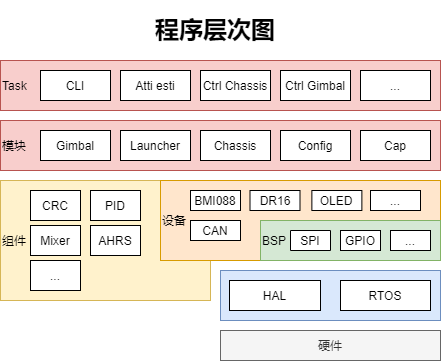
Above: doc/image/嵌入式程序层次图.png in xrobot-org/XRobot (draw.io), before the change. Source tidied: cells renumbered, new cells last; positions are measured from the earlier drawing's top-left corner, leaving out a move shared by most shapes. Source of this version:
```xml
<mxGraphModel>
  <root>
    <mxCell id="0" />
    <mxCell id="1" parent="0" />
    <mxCell id="2" value="组件" style="rounded=0;whiteSpace=wrap;html=1;fillColor=#fff2cc;strokeColor=#d6b656;align=left;" parent="1" vertex="1">
      <mxGeometry y="170" width="210" height="120" as="geometry" />
    </mxCell>
    <mxCell id="3" value="设备" style="rounded=0;whiteSpace=wrap;html=1;align=left;fillColor=#ffe6cc;strokeColor=#d79b00;" parent="1" vertex="1">
      <mxGeometry x="160" y="170" width="280" height="80" as="geometry" />
    </mxCell>
    <mxCell id="4" value="模块" style="rounded=0;whiteSpace=wrap;html=1;fillColor=#f8cecc;strokeColor=#b85450;align=left;" parent="1" vertex="1">
      <mxGeometry y="110" width="440" height="50" as="geometry" />
    </mxCell>
    <mxCell id="5" value="&lt;h1&gt;程序层次图&lt;/h1&gt;&lt;p&gt;&lt;br&gt;&lt;/p&gt;" style="text;html=1;strokeColor=none;fillColor=none;spacing=5;spacingTop=-20;whiteSpace=wrap;overflow=hidden;rounded=0;align=center;" parent="1" vertex="1">
      <mxGeometry x="120" width="190" height="40" as="geometry" />
    </mxCell>
    <mxCell id="6" style="rounded=0;whiteSpace=wrap;html=1;fillColor=#dae8fc;strokeColor=#6c8ebf;align=left;" parent="1" vertex="1">
      <mxGeometry x="220" y="260" width="220" height="50" as="geometry" />
    </mxCell>
    <mxCell id="7" value="RTOS" style="rounded=0;whiteSpace=wrap;html=1;" parent="1" vertex="1">
      <mxGeometry x="340" y="270" width="90" height="30" as="geometry" />
    </mxCell>
    <mxCell id="8" value="HAL" style="rounded=0;whiteSpace=wrap;html=1;" parent="1" vertex="1">
      <mxGeometry x="229" y="270" width="91" height="30" as="geometry" />
    </mxCell>
    <mxCell id="9" value="BSP" style="rounded=0;whiteSpace=wrap;html=1;align=left;fillColor=#d5e8d4;strokeColor=#82b366;" parent="1" vertex="1">
      <mxGeometry x="260" y="210" width="180" height="40" as="geometry" />
    </mxCell>
    <mxCell id="10" value="SPI" style="rounded=0;whiteSpace=wrap;html=1;direction=south;" parent="1" vertex="1">
      <mxGeometry x="290" y="220" width="40" height="20" as="geometry" />
    </mxCell>
    <mxCell id="11" value="GPIO" style="rounded=0;whiteSpace=wrap;html=1;" parent="1" vertex="1">
      <mxGeometry x="340" y="220" width="40" height="20" as="geometry" />
    </mxCell>
    <mxCell id="12" value="PID" style="rounded=0;whiteSpace=wrap;html=1;" parent="1" vertex="1">
      <mxGeometry x="90" y="180" width="50" height="30" as="geometry" />
    </mxCell>
    <mxCell id="13" value="CRC" style="rounded=0;whiteSpace=wrap;html=1;" parent="1" vertex="1">
      <mxGeometry x="30" y="180" width="50" height="30" as="geometry" />
    </mxCell>
    <mxCell id="14" value="Mixer" style="rounded=0;whiteSpace=wrap;html=1;" parent="1" vertex="1">
      <mxGeometry x="30" y="215" width="50" height="30" as="geometry" />
    </mxCell>
    <mxCell id="15" value="硬件" style="rounded=0;whiteSpace=wrap;html=1;fillColor=#f5f5f5;strokeColor=#666666;fontColor=#333333;" parent="1" vertex="1">
      <mxGeometry x="220" y="320" width="220" height="30" as="geometry" />
    </mxCell>
    <mxCell id="16" value="BMI088" style="rounded=0;whiteSpace=wrap;html=1;" parent="1" vertex="1">
      <mxGeometry x="190" y="180" width="50" height="20" as="geometry" />
    </mxCell>
    <mxCell id="17" value="DR16" style="rounded=0;whiteSpace=wrap;html=1;" parent="1" vertex="1">
      <mxGeometry x="249.5" y="180" width="50" height="20" as="geometry" />
    </mxCell>
    <mxCell id="18" value="OLED" style="rounded=0;whiteSpace=wrap;html=1;" parent="1" vertex="1">
      <mxGeometry x="311.4" y="180" width="50" height="20" as="geometry" />
    </mxCell>
    <mxCell id="19" value="AHRS" style="rounded=0;whiteSpace=wrap;html=1;" parent="1" vertex="1">
      <mxGeometry x="90" y="215" width="50" height="30" as="geometry" />
    </mxCell>
    <mxCell id="20" value="Launcher" style="rounded=0;whiteSpace=wrap;html=1;" parent="1" vertex="1">
      <mxGeometry x="120" y="120" width="70" height="30" as="geometry" />
    </mxCell>
    <mxCell id="21" value="Gimbal" style="rounded=0;whiteSpace=wrap;html=1;" parent="1" vertex="1">
      <mxGeometry x="40" y="120" width="70" height="30" as="geometry" />
    </mxCell>
    <mxCell id="22" value="Chassis" style="rounded=0;whiteSpace=wrap;html=1;" parent="1" vertex="1">
      <mxGeometry x="200" y="120" width="70" height="30" as="geometry" />
    </mxCell>
    <mxCell id="23" value="Task" style="rounded=0;whiteSpace=wrap;html=1;fillColor=#f8cecc;strokeColor=#b85450;align=left;" parent="1" vertex="1">
      <mxGeometry y="50" width="440" height="50" as="geometry" />
    </mxCell>
    <mxCell id="24" value="Atti esti" style="rounded=0;whiteSpace=wrap;html=1;" parent="1" vertex="1">
      <mxGeometry x="120" y="60" width="70" height="30" as="geometry" />
    </mxCell>
    <mxCell id="25" value="CLI" style="rounded=0;whiteSpace=wrap;html=1;" parent="1" vertex="1">
      <mxGeometry x="40" y="60" width="70" height="30" as="geometry" />
    </mxCell>
    <mxCell id="26" value="Ctrl Chassis" style="rounded=0;whiteSpace=wrap;html=1;" parent="1" vertex="1">
      <mxGeometry x="200" y="60" width="70" height="30" as="geometry" />
    </mxCell>
    <mxCell id="27" value="Ctrl Gimbal" style="rounded=0;whiteSpace=wrap;html=1;" parent="1" vertex="1">
      <mxGeometry x="280" y="60" width="70" height="30" as="geometry" />
    </mxCell>
    <mxCell id="28" value="..." style="rounded=0;whiteSpace=wrap;html=1;" parent="1" vertex="1">
      <mxGeometry x="360" y="60" width="70" height="30" as="geometry" />
    </mxCell>
    <mxCell id="29" value="Config" style="rounded=0;whiteSpace=wrap;html=1;" parent="1" vertex="1">
      <mxGeometry x="280" y="120" width="70" height="30" as="geometry" />
    </mxCell>
    <mxCell id="30" value="..." style="rounded=0;whiteSpace=wrap;html=1;" parent="1" vertex="1">
      <mxGeometry x="390" y="220" width="40" height="20" as="geometry" />
    </mxCell>
    <mxCell id="31" value="..." style="rounded=0;whiteSpace=wrap;html=1;" parent="1" vertex="1">
      <mxGeometry x="370" y="180" width="50" height="20" as="geometry" />
    </mxCell>
    <mxCell id="32" value="..." style="rounded=0;whiteSpace=wrap;html=1;" parent="1" vertex="1">
      <mxGeometry x="30" y="250" width="50" height="30" as="geometry" />
    </mxCell>
    <mxCell id="33" value="Cap" style="rounded=0;whiteSpace=wrap;html=1;" parent="1" vertex="1">
      <mxGeometry x="360" y="120" width="70" height="30" as="geometry" />
    </mxCell>
    <mxCell id="34" value="CAN" style="rounded=0;whiteSpace=wrap;html=1;" parent="1" vertex="1">
      <mxGeometry x="190" y="210" width="50" height="20" as="geometry" />
    </mxCell>
  </root>
</mxGraphModel>
```
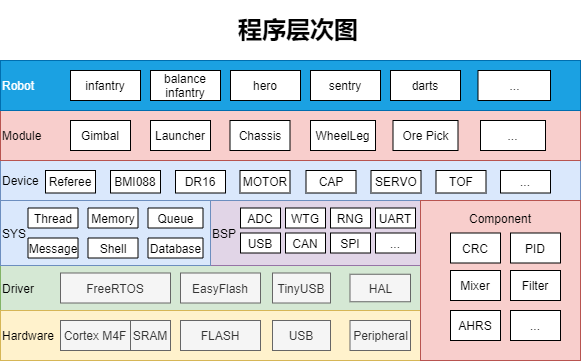
Above is the later version.

The edit, as a diff of the source:
```diff
@@ -2,104 +2,182 @@
   <root>
     <mxCell id="0" />
     <mxCell id="1" parent="0" />
+    <mxCell id="35" value="Driver" style="rounded=0;whiteSpace=wrap;html=1;fillColor=#d5e8d4;strokeColor=#82b366;align=left;" parent="1" vertex="1">
+      <mxGeometry x="-130" y="175" width="420" height="45" as="geometry" />
+    </mxCell>
+    <mxCell id="9" value="BSP" style="rounded=0;whiteSpace=wrap;html=1;fillColor=#e1d5e7;strokeColor=#9673a6;align=left;" parent="1" vertex="1">
+      <mxGeometry x="80" y="110" width="210" height="65" as="geometry" />
+    </mxCell>
+    <mxCell id="36" value="Hardware" style="rounded=0;whiteSpace=wrap;html=1;fillColor=#fff2cc;strokeColor=#d6b656;align=left;" parent="1" vertex="1">
+      <mxGeometry x="-130" y="220" width="420" height="50" as="geometry" />
+    </mxCell>
+    <mxCell id="37" value="Device" style="rounded=0;whiteSpace=wrap;html=1;align=left;fillColor=#dae8fc;strokeColor=#6c8ebf;" parent="1" vertex="1">
+      <mxGeometry x="-130" y="70" width="580" height="40" as="geometry" />
+    </mxCell>
-    <mxCell id="2" value="组件" style="rounded=0;whiteSpace=wrap;html=1;fillColor=#fff2cc;strokeColor=#d6b656;align=left;" parent="1" vertex="1">
-      <mxGeometry y="170" width="210" height="120" as="geometry" />
+    <mxCell id="2" style="rounded=0;whiteSpace=wrap;html=1;fillColor=#f8cecc;strokeColor=#b85450;align=center;horizontal=1;labelPosition=center;verticalLabelPosition=bottom;verticalAlign=top;" parent="1" vertex="1">
+      <mxGeometry x="290" y="110" width="160" height="160" as="geometry" />
     </mxCell>
-    <mxCell id="3" value="设备" style="rounded=0;whiteSpace=wrap;html=1;align=left;fillColor=#ffe6cc;strokeColor=#d79b00;" parent="1" vertex="1">
-      <mxGeometry x="160" y="170" width="280" height="80" as="geometry" />
-    </mxCell>
-    <mxCell id="4" value="模块" style="rounded=0;whiteSpace=wrap;html=1;fillColor=#f8cecc;strokeColor=#b85450;align=left;" parent="1" vertex="1">
-      <mxGeometry y="110" width="440" height="50" as="geometry" />
+    <mxCell id="4" value="Module" style="rounded=0;whiteSpace=wrap;html=1;fillColor=#f8cecc;strokeColor=#b85450;align=left;" parent="1" vertex="1">
+      <mxGeometry x="-130" y="20" width="580" height="50" as="geometry" />
     </mxCell>
     <mxCell id="5" value="&lt;h1&gt;程序层次图&lt;/h1&gt;&lt;p&gt;&lt;br&gt;&lt;/p&gt;" style="text;html=1;strokeColor=none;fillColor=none;spacing=5;spacingTop=-20;whiteSpace=wrap;overflow=hidden;rounded=0;align=center;" parent="1" vertex="1">
-      <mxGeometry x="120" width="190" height="40" as="geometry" />
+      <mxGeometry x="72.5" y="-80" width="190" height="40" as="geometry" />
     </mxCell>
-    <mxCell id="6" style="rounded=0;whiteSpace=wrap;html=1;fillColor=#dae8fc;strokeColor=#6c8ebf;align=left;" parent="1" vertex="1">
-      <mxGeometry x="220" y="260" width="220" height="50" as="geometry" />
-    </mxCell>
-    <mxCell id="7" value="RTOS" style="rounded=0;whiteSpace=wrap;html=1;" parent="1" vertex="1">
-      <mxGeometry x="340" y="270" width="90" height="30" as="geometry" />
-    </mxCell>
-    <mxCell id="8" value="HAL" style="rounded=0;whiteSpace=wrap;html=1;" parent="1" vertex="1">
-      <mxGeometry x="229" y="270" width="91" height="30" as="geometry" />
-    </mxCell>
-    <mxCell id="9" value="BSP" style="rounded=0;whiteSpace=wrap;html=1;align=left;fillColor=#d5e8d4;strokeColor=#82b366;" parent="1" vertex="1">
-      <mxGeometry x="260" y="210" width="180" height="40" as="geometry" />
-    </mxCell>
-    <mxCell id="10" value="SPI" style="rounded=0;whiteSpace=wrap;html=1;direction=south;" parent="1" vertex="1">
-      <mxGeometry x="290" y="220" width="40" height="20" as="geometry" />
+    <mxCell id="10" value="ADC" style="rounded=0;whiteSpace=wrap;html=1;direction=south;" parent="1" vertex="1">
+      <mxGeometry x="110" y="117.5" width="40" height="20" as="geometry" />
     </mxCell>
-    <mxCell id="11" value="GPIO" style="rounded=0;whiteSpace=wrap;html=1;" parent="1" vertex="1">
-      <mxGeometry x="340" y="220" width="40" height="20" as="geometry" />
+    <mxCell id="11" value="WTG" style="rounded=0;whiteSpace=wrap;html=1;" parent="1" vertex="1">
+      <mxGeometry x="155" y="117.5" width="40" height="20" as="geometry" />
     </mxCell>
     <mxCell id="12" value="PID" style="rounded=0;whiteSpace=wrap;html=1;" parent="1" vertex="1">
-      <mxGeometry x="90" y="180" width="50" height="30" as="geometry" />
+      <mxGeometry x="380" y="142.5" width="50" height="30" as="geometry" />
     </mxCell>
     <mxCell id="13" value="CRC" style="rounded=0;whiteSpace=wrap;html=1;" parent="1" vertex="1">
-      <mxGeometry x="30" y="180" width="50" height="30" as="geometry" />
+      <mxGeometry x="320" y="142.5" width="50" height="30" as="geometry" />
     </mxCell>
     <mxCell id="14" value="Mixer" style="rounded=0;whiteSpace=wrap;html=1;" parent="1" vertex="1">
-      <mxGeometry x="30" y="215" width="50" height="30" as="geometry" />
+      <mxGeometry x="320" y="180" width="50" height="30" as="geometry" />
     </mxCell>
-    <mxCell id="15" value="硬件" style="rounded=0;whiteSpace=wrap;html=1;fillColor=#f5f5f5;strokeColor=#666666;fontColor=#333333;" parent="1" vertex="1">
-      <mxGeometry x="220" y="320" width="220" height="30" as="geometry" />
-    </mxCell>
     <mxCell id="16" value="BMI088" style="rounded=0;whiteSpace=wrap;html=1;" parent="1" vertex="1">
-      <mxGeometry x="190" y="180" width="50" height="20" as="geometry" />
+      <mxGeometry x="-20" y="80" width="50" height="22.5" as="geometry" />
     </mxCell>
     <mxCell id="17" value="DR16" style="rounded=0;whiteSpace=wrap;html=1;" parent="1" vertex="1">
-      <mxGeometry x="249.5" y="180" width="50" height="20" as="geometry" />
+      <mxGeometry x="45" y="80" width="50" height="22.5" as="geometry" />
     </mxCell>
-    <mxCell id="18" value="OLED" style="rounded=0;whiteSpace=wrap;html=1;" parent="1" vertex="1">
-      <mxGeometry x="311.4" y="180" width="50" height="20" as="geometry" />
+    <mxCell id="18" value="MOTOR" style="rounded=0;whiteSpace=wrap;html=1;" parent="1" vertex="1">
+      <mxGeometry x="109.5" y="80" width="50" height="22.5" as="geometry" />
     </mxCell>
     <mxCell id="19" value="AHRS" style="rounded=0;whiteSpace=wrap;html=1;" parent="1" vertex="1">
-      <mxGeometry x="90" y="215" width="50" height="30" as="geometry" />
+      <mxGeometry x="320" y="220" width="50" height="30" as="geometry" />
     </mxCell>
     <mxCell id="20" value="Launcher" style="rounded=0;whiteSpace=wrap;html=1;" parent="1" vertex="1">
-      <mxGeometry x="120" y="120" width="70" height="30" as="geometry" />
+      <mxGeometry x="20" y="30" width="60" height="30" as="geometry" />
     </mxCell>
     <mxCell id="21" value="Gimbal" style="rounded=0;whiteSpace=wrap;html=1;" parent="1" vertex="1">
-      <mxGeometry x="40" y="120" width="70" height="30" as="geometry" />
+      <mxGeometry x="-60" y="30" width="60" height="30" as="geometry" />
     </mxCell>
     <mxCell id="22" value="Chassis" style="rounded=0;whiteSpace=wrap;html=1;" parent="1" vertex="1">
-      <mxGeometry x="200" y="120" width="70" height="30" as="geometry" />
+      <mxGeometry x="99.5" y="30" width="60" height="30" as="geometry" />
     </mxCell>
-    <mxCell id="23" value="Task" style="rounded=0;whiteSpace=wrap;html=1;fillColor=#f8cecc;strokeColor=#b85450;align=left;" parent="1" vertex="1">
-      <mxGeometry y="50" width="440" height="50" as="geometry" />
+    <mxCell id="23" value="Robot" style="rounded=0;whiteSpace=wrap;html=1;fillColor=#1ba1e2;strokeColor=#006EAF;align=left;fontColor=#ffffff;" parent="1" vertex="1">
+      <mxGeometry x="-130" y="-30" width="580" height="50" as="geometry" />
     </mxCell>
-    <mxCell id="24" value="Atti esti" style="rounded=0;whiteSpace=wrap;html=1;" parent="1" vertex="1">
-      <mxGeometry x="120" y="60" width="70" height="30" as="geometry" />
+    <mxCell id="24" value="balance&lt;br&gt;infantry" style="rounded=0;whiteSpace=wrap;html=1;" parent="1" vertex="1">
+      <mxGeometry x="20" y="-20" width="70" height="30" as="geometry" />
     </mxCell>
-    <mxCell id="25" value="CLI" style="rounded=0;whiteSpace=wrap;html=1;" parent="1" vertex="1">
-      <mxGeometry x="40" y="60" width="70" height="30" as="geometry" />
+    <mxCell id="25" value="infantry" style="rounded=0;whiteSpace=wrap;html=1;" parent="1" vertex="1">
+      <mxGeometry x="-60" y="-20" width="70" height="30" as="geometry" />
     </mxCell>
-    <mxCell id="26" value="Ctrl Chassis" style="rounded=0;whiteSpace=wrap;html=1;" parent="1" vertex="1">
-      <mxGeometry x="200" y="60" width="70" height="30" as="geometry" />
+    <mxCell id="26" value="hero" style="rounded=0;whiteSpace=wrap;html=1;" parent="1" vertex="1">
+      <mxGeometry x="100" y="-20" width="70" height="30" as="geometry" />
     </mxCell>
-    <mxCell id="27" value="Ctrl Gimbal" style="rounded=0;whiteSpace=wrap;html=1;" parent="1" vertex="1">
-      <mxGeometry x="280" y="60" width="70" height="30" as="geometry" />
+    <mxCell id="27" value="sentry" style="rounded=0;whiteSpace=wrap;html=1;" parent="1" vertex="1">
+      <mxGeometry x="180" y="-20" width="70" height="30" as="geometry" />
     </mxCell>
-    <mxCell id="28" value="..." style="rounded=0;whiteSpace=wrap;html=1;" parent="1" vertex="1">
-      <mxGeometry x="360" y="60" width="70" height="30" as="geometry" />
+    <mxCell id="28" value="darts" style="rounded=0;whiteSpace=wrap;html=1;" parent="1" vertex="1">
+      <mxGeometry x="260" y="-20" width="70" height="30" as="geometry" />
     </mxCell>
-    <mxCell id="29" value="Config" style="rounded=0;whiteSpace=wrap;html=1;" parent="1" vertex="1">
-      <mxGeometry x="280" y="120" width="70" height="30" as="geometry" />
+    <mxCell id="29" value="WheelLeg" style="rounded=0;whiteSpace=wrap;html=1;" parent="1" vertex="1">
+      <mxGeometry x="180" y="30" width="65" height="30" as="geometry" />
     </mxCell>
-    <mxCell id="30" value="..." style="rounded=0;whiteSpace=wrap;html=1;" parent="1" vertex="1">
-      <mxGeometry x="390" y="220" width="40" height="20" as="geometry" />
+    <mxCell id="30" value="UART" style="rounded=0;whiteSpace=wrap;html=1;" parent="1" vertex="1">
+      <mxGeometry x="245" y="117.5" width="40" height="20" as="geometry" />
     </mxCell>
-    <mxCell id="31" value="..." style="rounded=0;whiteSpace=wrap;html=1;" parent="1" vertex="1">
-      <mxGeometry x="370" y="180" width="50" height="20" as="geometry" />
-    </mxCell>
     <mxCell id="32" value="..." style="rounded=0;whiteSpace=wrap;html=1;" parent="1" vertex="1">
-      <mxGeometry x="30" y="250" width="50" height="30" as="geometry" />
+      <mxGeometry x="380" y="220" width="50" height="30" as="geometry" />
     </mxCell>
-    <mxCell id="33" value="Cap" style="rounded=0;whiteSpace=wrap;html=1;" parent="1" vertex="1">
-      <mxGeometry x="360" y="120" width="70" height="30" as="geometry" />
-    </mxCell>
-    <mxCell id="34" value="CAN" style="rounded=0;whiteSpace=wrap;html=1;" parent="1" vertex="1">
-      <mxGeometry x="190" y="210" width="50" height="20" as="geometry" />
+    <mxCell id="34" value="Referee" style="rounded=0;whiteSpace=wrap;html=1;" parent="1" vertex="1">
+      <mxGeometry x="-85" y="80" width="50" height="22.5" as="geometry" />
     </mxCell>
+    <mxCell id="38" value="Filter" style="rounded=0;whiteSpace=wrap;html=1;" parent="1" vertex="1">
+      <mxGeometry x="380" y="180" width="50" height="30" as="geometry" />
+    </mxCell>
+    <mxCell id="39" value="..." style="rounded=0;whiteSpace=wrap;html=1;" parent="1" vertex="1">
+      <mxGeometry x="350" y="30" width="65" height="30" as="geometry" />
+    </mxCell>
+    <mxCell id="40" value="RNG" style="rounded=0;whiteSpace=wrap;html=1;" parent="1" vertex="1">
+      <mxGeometry x="200" y="117.5" width="40" height="20" as="geometry" />
+    </mxCell>
+    <mxCell id="41" value="Cortex M4F" style="rounded=0;whiteSpace=wrap;html=1;fillColor=#f5f5f5;strokeColor=#666666;fontColor=#333333;" parent="1" vertex="1">
+      <mxGeometry x="-70" y="230" width="70" height="30" as="geometry" />
+    </mxCell>
+    <mxCell id="42" value="SRAM" style="rounded=0;whiteSpace=wrap;html=1;fillColor=#f5f5f5;strokeColor=#666666;fontColor=#333333;" parent="1" vertex="1">
+      <mxGeometry y="230" width="40" height="30" as="geometry" />
+    </mxCell>
+    <mxCell id="43" value="FLASH" style="rounded=0;whiteSpace=wrap;html=1;fillColor=#f5f5f5;strokeColor=#666666;fontColor=#333333;" parent="1" vertex="1">
+      <mxGeometry x="50" y="230" width="80" height="30" as="geometry" />
+    </mxCell>
+    <mxCell id="44" value="USB" style="rounded=0;whiteSpace=wrap;html=1;fillColor=#f5f5f5;strokeColor=#666666;fontColor=#333333;" parent="1" vertex="1">
+      <mxGeometry x="142" y="230" width="58" height="30" as="geometry" />
+    </mxCell>
+    <mxCell id="45" value="Peripheral" style="rounded=0;whiteSpace=wrap;html=1;fillColor=#f5f5f5;strokeColor=#666666;fontColor=#333333;" parent="1" vertex="1">
+      <mxGeometry x="219.5" y="230" width="60.5" height="30" as="geometry" />
+    </mxCell>
+    <mxCell id="46" value="EasyFlash" style="rounded=0;whiteSpace=wrap;html=1;fillColor=#f5f5f5;strokeColor=#666666;fontColor=#333333;" parent="1" vertex="1">
+      <mxGeometry x="50" y="182.5" width="80" height="30" as="geometry" />
+    </mxCell>
+    <mxCell id="47" value="FreeRTOS" style="rounded=0;whiteSpace=wrap;html=1;fillColor=#f5f5f5;strokeColor=#666666;fontColor=#333333;" parent="1" vertex="1">
+      <mxGeometry x="-70" y="182.5" width="110" height="30" as="geometry" />
+    </mxCell>
+    <mxCell id="48" value="TinyUSB" style="rounded=0;whiteSpace=wrap;html=1;fillColor=#f5f5f5;strokeColor=#666666;fontColor=#333333;" parent="1" vertex="1">
+      <mxGeometry x="142" y="182.5" width="58" height="30" as="geometry" />
+    </mxCell>
+    <mxCell id="8" value="HAL" style="rounded=0;whiteSpace=wrap;html=1;fillColor=#f5f5f5;strokeColor=#666666;fontColor=#333333;" parent="1" vertex="1">
+      <mxGeometry x="219.5" y="183.8" width="60.5" height="27.5" as="geometry" />
+    </mxCell>
+    <mxCell id="49" value="USB" style="rounded=0;whiteSpace=wrap;html=1;direction=south;" parent="1" vertex="1">
+      <mxGeometry x="110" y="142.5" width="40" height="20" as="geometry" />
+    </mxCell>
+    <mxCell id="50" value="CAN" style="rounded=0;whiteSpace=wrap;html=1;" parent="1" vertex="1">
+      <mxGeometry x="155" y="142.5" width="40" height="20" as="geometry" />
+    </mxCell>
+    <mxCell id="51" value="..." style="rounded=0;whiteSpace=wrap;html=1;" parent="1" vertex="1">
+      <mxGeometry x="245" y="142.5" width="40" height="20" as="geometry" />
+    </mxCell>
+    <mxCell id="52" value="SPI" style="rounded=0;whiteSpace=wrap;html=1;" parent="1" vertex="1">
+      <mxGeometry x="200" y="142.5" width="40" height="20" as="geometry" />
+    </mxCell>
+    <mxCell id="53" value="SYS" style="rounded=0;whiteSpace=wrap;html=1;fillColor=#dae8fc;strokeColor=#6c8ebf;align=left;" parent="1" vertex="1">
+      <mxGeometry x="-130" y="110" width="210" height="65" as="geometry" />
+    </mxCell>
+    <mxCell id="54" value="Thread" style="rounded=0;whiteSpace=wrap;html=1;direction=south;" parent="1" vertex="1">
+      <mxGeometry x="-102.5" y="117.5" width="50" height="20" as="geometry" />
+    </mxCell>
+    <mxCell id="55" value="Memory" style="rounded=0;whiteSpace=wrap;html=1;direction=south;" parent="1" vertex="1">
+      <mxGeometry x="-42.5" y="117.5" width="50" height="20" as="geometry" />
+    </mxCell>
+    <mxCell id="56" value="Queue" style="rounded=0;whiteSpace=wrap;html=1;direction=south;" parent="1" vertex="1">
+      <mxGeometry x="17.5" y="117.5" width="55" height="20" as="geometry" />
+    </mxCell>
+    <mxCell id="57" value="Message" style="rounded=0;whiteSpace=wrap;html=1;direction=south;" parent="1" vertex="1">
+      <mxGeometry x="-102.5" y="147.5" width="50" height="20" as="geometry" />
+    </mxCell>
+    <mxCell id="58" value="Shell" style="rounded=0;whiteSpace=wrap;html=1;direction=south;" parent="1" vertex="1">
+      <mxGeometry x="-42.5" y="147.5" width="50" height="20" as="geometry" />
+    </mxCell>
+    <mxCell id="59" value="Database" style="rounded=0;whiteSpace=wrap;html=1;direction=south;" parent="1" vertex="1">
+      <mxGeometry x="17.5" y="147.5" width="55" height="20" as="geometry" />
+    </mxCell>
+    <mxCell id="60" value="Component" style="text;html=1;strokeColor=none;fillColor=none;align=center;verticalAlign=middle;whiteSpace=wrap;rounded=0;" parent="1" vertex="1">
+      <mxGeometry x="350" y="117.5" width="40" height="20" as="geometry" />
+    </mxCell>
+    <mxCell id="61" value="SERVO" style="rounded=0;whiteSpace=wrap;html=1;" parent="1" vertex="1">
+      <mxGeometry x="240.5" y="80" width="50" height="22.5" as="geometry" />
+    </mxCell>
+    <mxCell id="62" value="TOF" style="rounded=0;whiteSpace=wrap;html=1;" parent="1" vertex="1">
+      <mxGeometry x="305.5" y="80" width="50" height="22.5" as="geometry" />
+    </mxCell>
+    <mxCell id="63" value="..." style="rounded=0;whiteSpace=wrap;html=1;" parent="1" vertex="1">
+      <mxGeometry x="370" y="80" width="50" height="22.5" as="geometry" />
+    </mxCell>
+    <mxCell id="64" value="CAP" style="rounded=0;whiteSpace=wrap;html=1;" parent="1" vertex="1">
+      <mxGeometry x="175.5" y="80" width="50" height="22.5" as="geometry" />
+    </mxCell>
+    <mxCell id="65" value="Ore Pick" style="rounded=0;whiteSpace=wrap;html=1;" parent="1" vertex="1">
+      <mxGeometry x="262.5" y="30" width="65" height="30" as="geometry" />
+    </mxCell>
+    <mxCell id="66" value="..." style="rounded=0;whiteSpace=wrap;html=1;" parent="1" vertex="1">
+      <mxGeometry x="347.5" y="-20" width="72.5" height="30" as="geometry" />
+    </mxCell>
   </root>
 </mxGraphModel>
```
